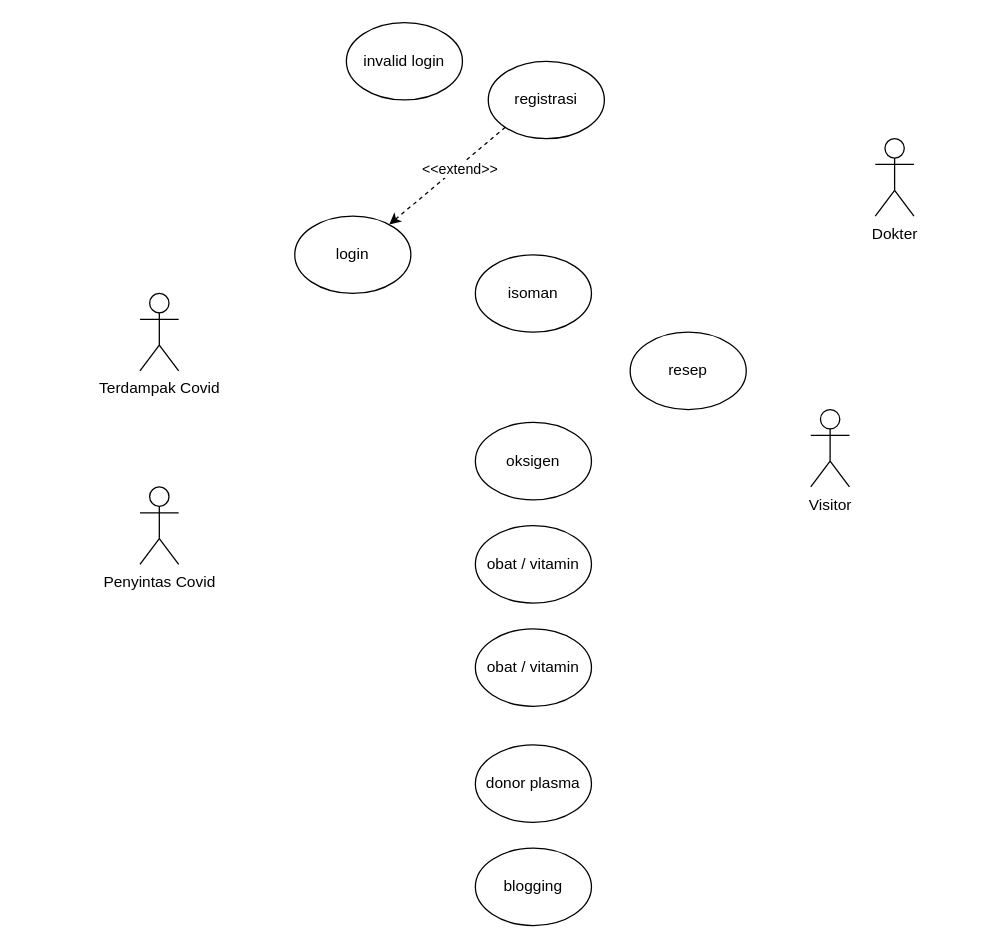
Earlier version of the draw.io diagram page "Page-1" (1 of 3) of writable/design/use_case.drawio (af-lazuardi/penyintascovid). Source tidied: cells renumbered, new cells numbered last; positions are measured from the earlier drawing's top-left corner, leaving out a move shared by most shapes. Both pictures are drawn from the tidied source at 129%, with x=0, y=0 at pixel (139, 22).
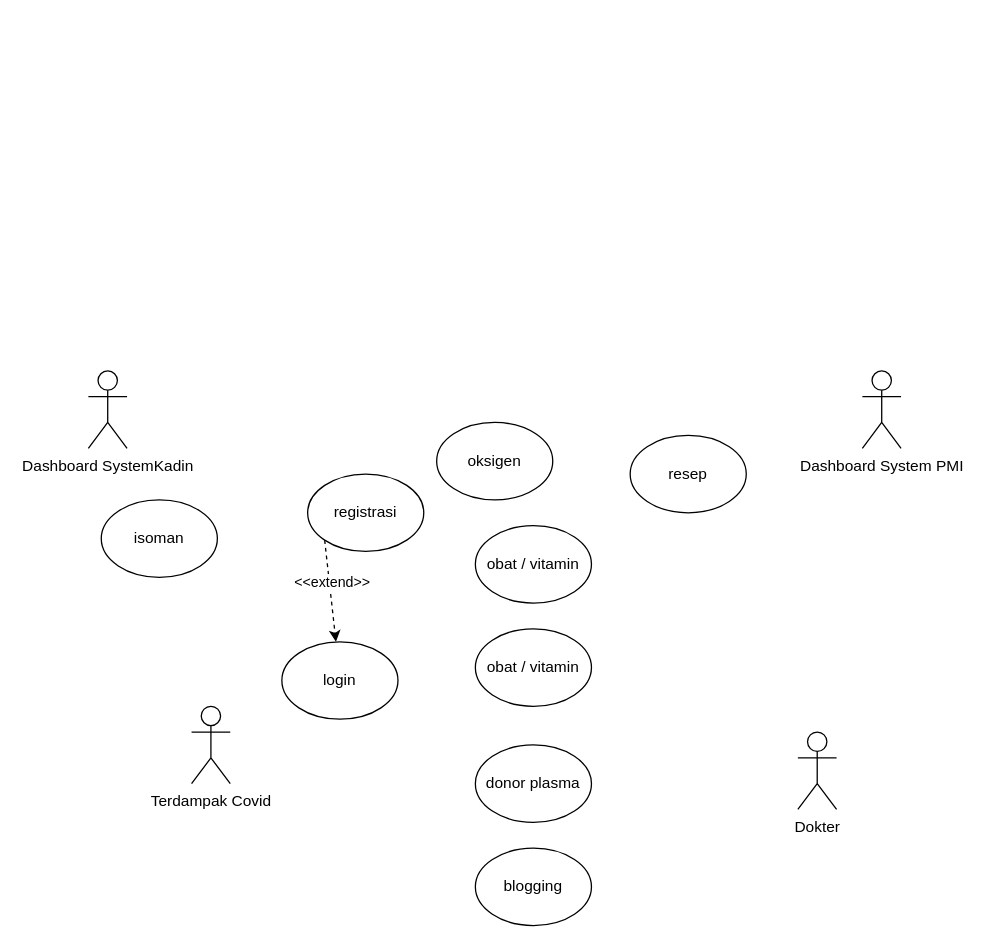
Above is the later version.

Change to the diagram source:
```diff
@@
 <mxGraphModel>
   <root>
     <mxCell id="0" />
     <mxCell id="1" parent="0" />
-    <mxCell id="2" value="&lt;div&gt;Penyintas Covid&lt;/div&gt;&lt;div&gt;&lt;br&gt;&lt;/div&gt;" style="shape=umlActor;verticalLabelPosition=bottom;verticalAlign=top;html=1;" parent="1" vertex="1">
-      <mxGeometry y="360" width="30" height="60" as="geometry" />
-    </mxCell>
-    <mxCell id="3" value="Visitor" style="shape=umlActor;verticalLabelPosition=bottom;verticalAlign=top;html=1;" parent="1" vertex="1">
-      <mxGeometry x="520" y="300" width="30" height="60" as="geometry" />
-    </mxCell>
     <mxCell id="4" value="&lt;div&gt;donor plasma&lt;/div&gt;" style="ellipse;whiteSpace=wrap;html=1;" parent="1" vertex="1">
       <mxGeometry x="260" y="560" width="90" height="60" as="geometry" />
     </mxCell>
     <mxCell id="5" value="&lt;div&gt;blogging&lt;/div&gt;" style="ellipse;whiteSpace=wrap;html=1;" parent="1" vertex="1">
       <mxGeometry x="260" y="640" width="90" height="60" as="geometry" />
     </mxCell>
     <mxCell id="6" value="Dokter" style="shape=umlActor;verticalLabelPosition=bottom;verticalAlign=top;html=1;" parent="1" vertex="1">
-      <mxGeometry x="570" y="90" width="30" height="60" as="geometry" />
+      <mxGeometry x="510" y="550" width="30" height="60" as="geometry" />
     </mxCell>
     <mxCell id="7" value="login" style="ellipse;whiteSpace=wrap;html=1;" parent="1" vertex="1">
-      <mxGeometry x="120" y="150" width="90" height="60" as="geometry" />
+      <mxGeometry x="110" y="480" width="90" height="60" as="geometry" />
     </mxCell>
     <mxCell id="8" value="isoman" style="ellipse;whiteSpace=wrap;html=1;" parent="1" vertex="1">
-      <mxGeometry x="260" y="180" width="90" height="60" as="geometry" />
+      <mxGeometry x="-30" y="370" width="90" height="60" as="geometry" />
     </mxCell>
     <mxCell id="9" value="&lt;div&gt;resep&lt;/div&gt;" style="ellipse;whiteSpace=wrap;html=1;" parent="1" vertex="1">
-      <mxGeometry x="380" y="240" width="90" height="60" as="geometry" />
+      <mxGeometry x="380" y="320" width="90" height="60" as="geometry" />
     </mxCell>
     <mxCell id="10" value="&lt;div&gt;&amp;lt;&amp;lt;extend&amp;gt;&amp;gt;&lt;/div&gt;" style="edgeStyle=none;rounded=0;jettySize=auto;html=1;exitX=0;exitY=1;exitDx=0;exitDy=0;dashed=1;endArrow=classic;endFill=1;" parent="1" edge="1" source="11" target="7">
       <mxGeometry x="-0.18" y="2" relative="1" as="geometry" />
     </mxCell>
     <mxCell id="11" value="registrasi" style="ellipse;whiteSpace=wrap;html=1;" parent="1" vertex="1">
-      <mxGeometry x="270" y="30" width="90" height="60" as="geometry" />
+      <mxGeometry x="130" y="350" width="90" height="60" as="geometry" />
     </mxCell>
-    <mxCell id="12" value="&lt;div&gt;invalid login&lt;/div&gt;" style="ellipse;whiteSpace=wrap;html=1;" parent="1" vertex="1">
-      <mxGeometry x="160" width="90" height="60" as="geometry" />
-    </mxCell>
     <mxCell id="13" value="Terdampak Covid" style="shape=umlActor;verticalLabelPosition=bottom;verticalAlign=top;html=1;" parent="1" vertex="1">
-      <mxGeometry y="210" width="30" height="60" as="geometry" />
+      <mxGeometry x="40" y="530" width="30" height="60" as="geometry" />
     </mxCell>
     <mxCell id="14" value="oksigen" style="ellipse;whiteSpace=wrap;html=1;" parent="1" vertex="1">
-      <mxGeometry x="260" y="310" width="90" height="60" as="geometry" />
+      <mxGeometry x="230" y="310" width="90" height="60" as="geometry" />
     </mxCell>
     <mxCell id="15" value="obat / vitamin" style="ellipse;whiteSpace=wrap;html=1;" parent="1" vertex="1">
       <mxGeometry x="260" y="390" width="90" height="60" as="geometry" />
     </mxCell>
     <mxCell id="16" value="obat / vitamin" style="ellipse;whiteSpace=wrap;html=1;" parent="1" vertex="1">
       <mxGeometry x="260" y="470" width="90" height="60" as="geometry" />
     </mxCell>
+    <mxCell id="17" value="Dashboard SystemKadin" style="shape=umlActor;verticalLabelPosition=bottom;verticalAlign=top;html=1;" parent="1" vertex="1">
+      <mxGeometry x="-40" y="270" width="30" height="60" as="geometry" />
+    </mxCell>
+    <mxCell id="18" value="Dashboard System PMI" style="shape=umlActor;verticalLabelPosition=bottom;verticalAlign=top;html=1;" parent="1" vertex="1">
+      <mxGeometry x="560" y="270" width="30" height="60" as="geometry" />
+    </mxCell>
   </root>
 </mxGraphModel>
```
